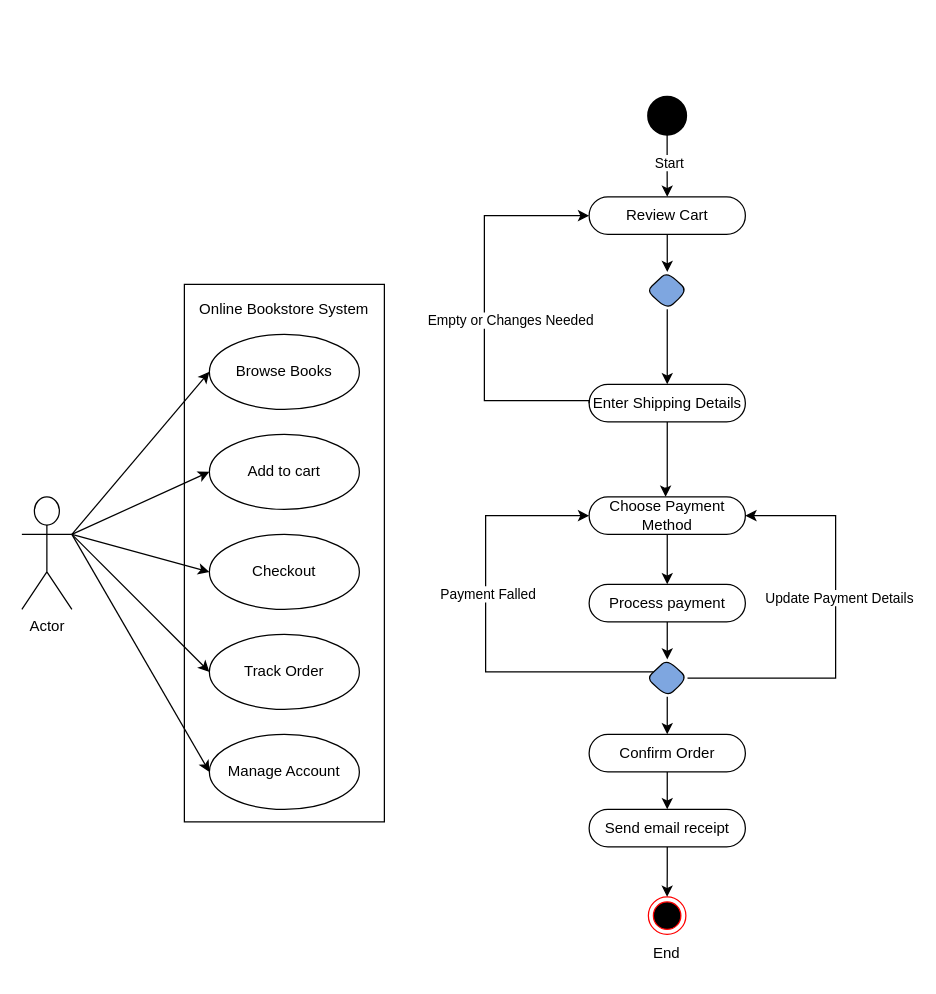
Before: UseCaseDiagram.drawio in HieuAI/THPTHTTTNT, a draw.io diagram. Source tidied: cells renumbered, new cells numbered last; positions are measured from the earlier drawing's top-left corner, leaving out a move shared by most shapes. Both pictures are drawn from the tidied source at 125%, with x=0, y=0 at pixel (21, 96).
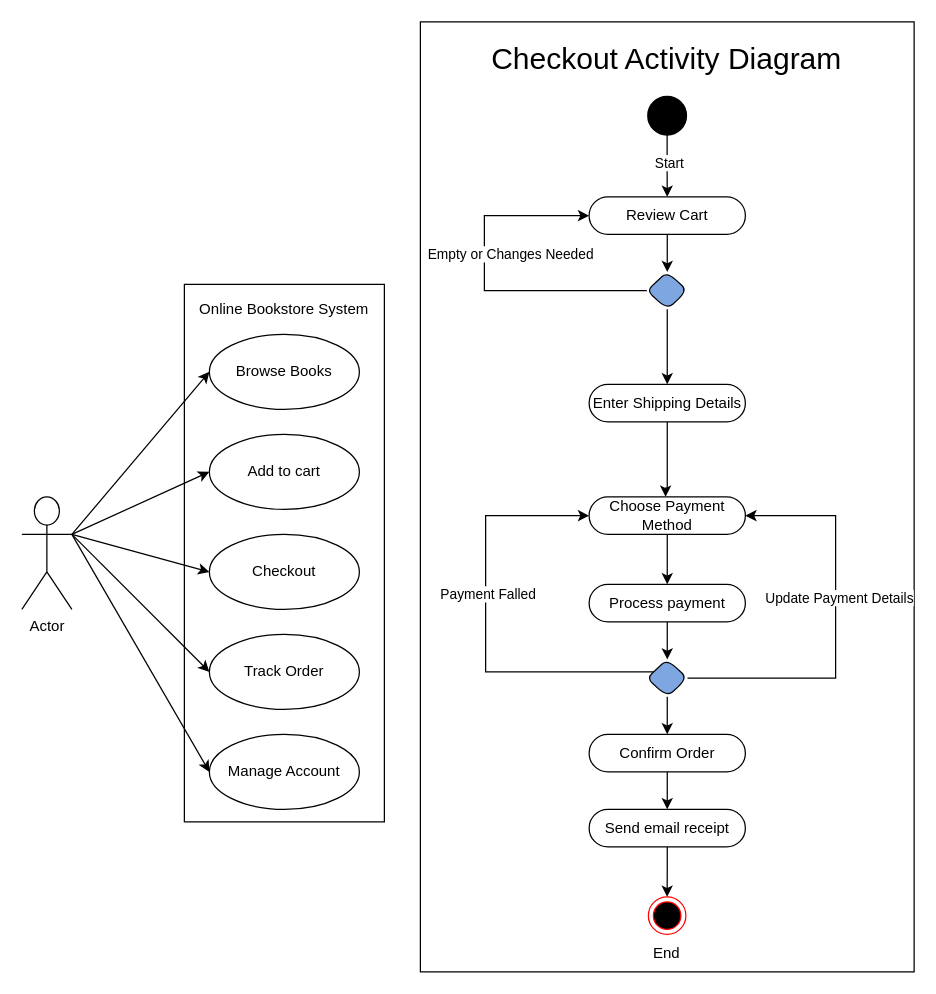
Above is the later version.

The change refers to these unchanged cells:
```xml
<mxCell id="21" value="Review Cart" style="rounded=1;whiteSpace=wrap;html=1;arcSize=50;" parent="1" vertex="1">
  <mxGeometry x="453.8" y="80" width="125" height="30" as="geometry" />
</mxCell>
<mxCell id="23" style="rhombus;whiteSpace=wrap;html=1;rounded=1;fillColor=#7EA6E0;" parent="1" vertex="1">
  <mxGeometry x="500" y="140" width="32.5" height="30" as="geometry" />
</mxCell>
<mxCell id="25" value="Enter Shipping Details" style="rounded=1;whiteSpace=wrap;html=1;arcSize=50;" parent="1" vertex="1">
  <mxGeometry x="453.8" y="230" width="125" height="30" as="geometry" />
</mxCell>
```

What changed in the source:
```diff
@@
+    <mxCell id="43" style="rounded=0;whiteSpace=wrap;html=1;" parent="1" vertex="1">
+      <mxGeometry x="318.8" y="-60" width="395" height="760" as="geometry" />
+    </mxCell>
@@
-    <mxCell id="38" style="edgeStyle=orthogonalEdgeStyle;rounded=0;jettySize=auto;html=1;entryX=0;entryY=0.5;entryDx=0;entryDy=0;exitX=0;exitY=0.5;exitDx=0;exitDy=0;" parent="1" edge="1" source="25" target="21">
+    <mxCell id="38" style="edgeStyle=orthogonalEdgeStyle;rounded=0;jettySize=auto;html=1;entryX=0;entryY=0.5;entryDx=0;entryDy=0;exitX=0;exitY=0.5;exitDx=0;exitDy=0;" parent="1" edge="1" source="23" target="21">
       <mxGeometry relative="1" as="geometry">
         <Array as="points">
-          <mxPoint x="454" y="243" />
-          <mxPoint x="370" y="243" />
+          <mxPoint x="370" y="155" />
           <mxPoint x="370" y="95" />
         </Array>
       </mxGeometry>
     </mxCell>
     <mxCell id="39" value="Empty or Changes Needed" style="edgeLabel;html=1;align=center;verticalAlign=middle;" parent="38" vertex="1">
       <mxGeometry x="0.16" y="1" relative="1" as="geometry">
-        <mxPoint x="21" y="34" as="offset" />
+        <mxPoint x="21" y="-1" as="offset" />
       </mxGeometry>
     </mxCell>
@@
+    <mxCell id="44" value="&lt;font style=&quot;font-size: 24px;&quot;&gt;Checkout Activity Diagram&lt;/font&gt;" style="text;html=1;align=center;verticalAlign=middle;whiteSpace=wrap;rounded=0;" parent="1" vertex="1">
+      <mxGeometry x="371.2" y="-50" width="290" height="40" as="geometry" />
+    </mxCell>
```
